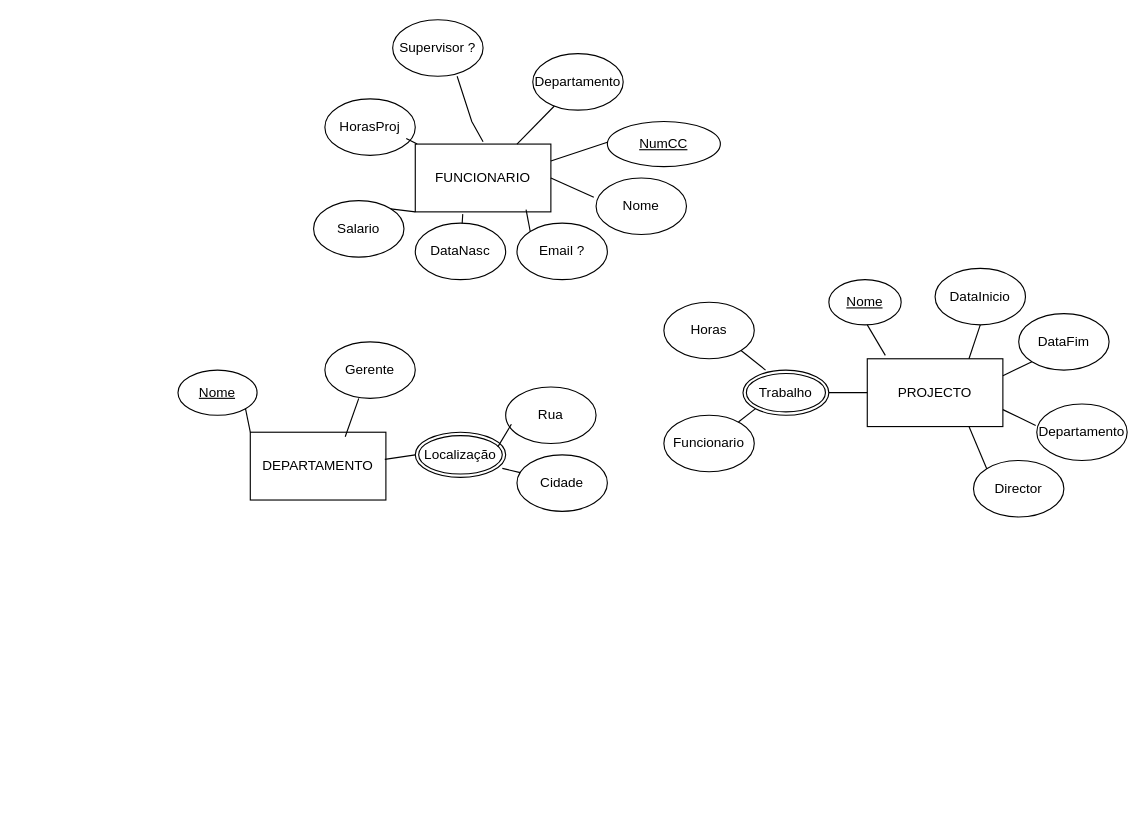
This is BD_Empresa.drawio from BOMBA022/AnaliseSistemas, a draw.io file, before an edit. Source tidied: cells renumbered, new cells numbered last; positions are measured from the earlier drawing's top-left corner, leaving out a move shared by most shapes. Both pictures are drawn from the tidied source at 113%, with x=0, y=0 at pixel (177, 19).
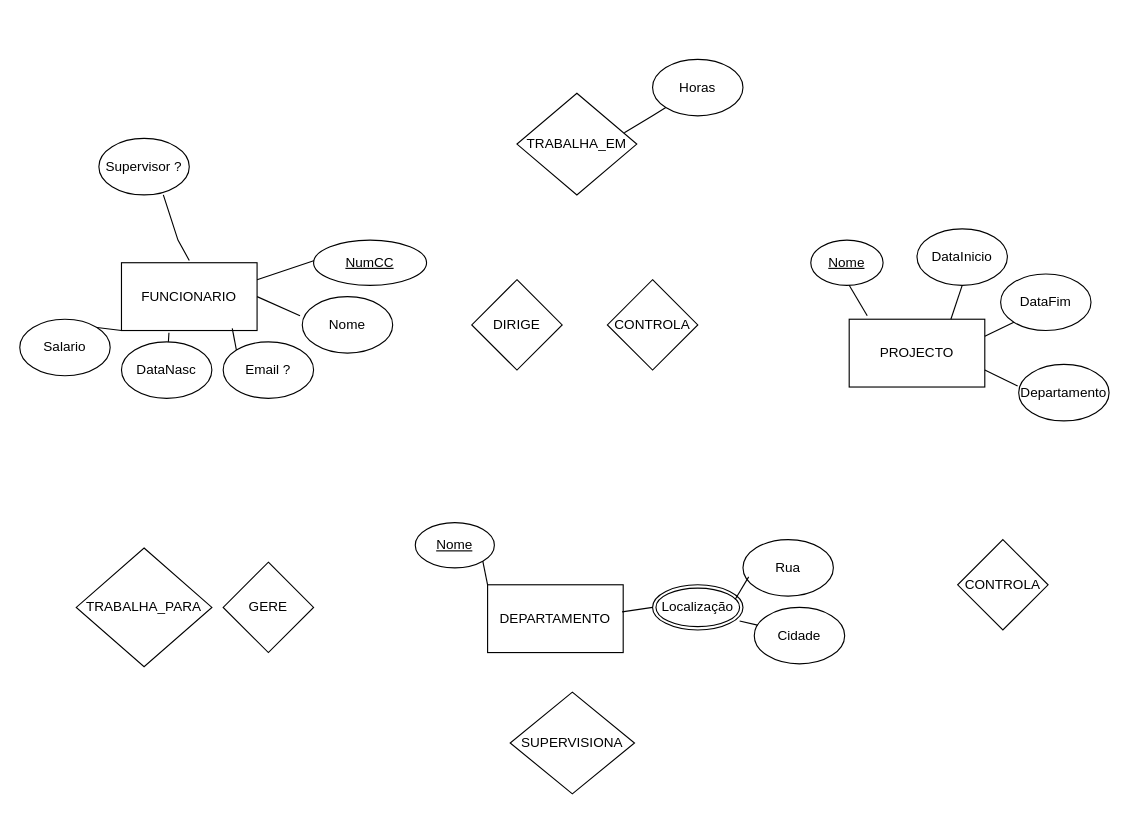
The same page after the edit.

What changed in the source:
```diff
@@
     <mxCell id="2" value="FUNCIONARIO" style="rounded=0;whiteSpace=wrap;html=1;" parent="1" vertex="1">
-      <mxGeometry x="210" y="110" width="120" height="60" as="geometry" />
+      <mxGeometry x="-50" y="215" width="120" height="60" as="geometry" />
     </mxCell>
     <mxCell id="3" value="DEPARTAMENTO" style="rounded=0;whiteSpace=wrap;html=1;" parent="1" vertex="1">
-      <mxGeometry x="64" y="365" width="120" height="60" as="geometry" />
+      <mxGeometry x="274" y="500" width="120" height="60" as="geometry" />
     </mxCell>
     <mxCell id="4" value="PROJECTO" style="rounded=0;whiteSpace=wrap;html=1;" parent="1" vertex="1">
-      <mxGeometry x="610" y="300" width="120" height="60" as="geometry" />
+      <mxGeometry x="594" y="265" width="120" height="60" as="geometry" />
     </mxCell>
     <mxCell id="5" value="Nome" style="ellipse;whiteSpace=wrap;html=1;" parent="1" vertex="1">
-      <mxGeometry x="370" y="140" width="80" height="50" as="geometry" />
+      <mxGeometry x="110" y="245" width="80" height="50" as="geometry" />
     </mxCell>
     <mxCell id="6" value="Email ?" style="ellipse;whiteSpace=wrap;html=1;" parent="1" vertex="1">
-      <mxGeometry x="300" y="180" width="80" height="50" as="geometry" />
+      <mxGeometry x="40" y="285" width="80" height="50" as="geometry" />
     </mxCell>
     <mxCell id="7" value="DataNasc" style="ellipse;whiteSpace=wrap;html=1;" parent="1" vertex="1">
-      <mxGeometry x="210" y="180" width="80" height="50" as="geometry" />
+      <mxGeometry x="-50" y="285" width="80" height="50" as="geometry" />
     </mxCell>
     <mxCell id="8" value="Salario" style="ellipse;whiteSpace=wrap;html=1;" parent="1" vertex="1">
-      <mxGeometry x="120" y="160" width="80" height="50" as="geometry" />
+      <mxGeometry x="-140" y="265" width="80" height="50" as="geometry" />
     </mxCell>
-    <mxCell id="9" value="HorasProj" style="ellipse;whiteSpace=wrap;html=1;" parent="1" vertex="1">
-      <mxGeometry x="130" y="70" width="80" height="50" as="geometry" />
-    </mxCell>
-    <mxCell id="10" value="Departamento" style="ellipse;whiteSpace=wrap;html=1;" parent="1" vertex="1">
-      <mxGeometry x="314" y="30" width="80" height="50" as="geometry" />
-    </mxCell>
     <mxCell id="11" value="Supervisor ?" style="ellipse;whiteSpace=wrap;html=1;" parent="1" vertex="1">
-      <mxGeometry x="190" width="80" height="50" as="geometry" />
+      <mxGeometry x="-70" y="105" width="80" height="50" as="geometry" />
     </mxCell>
     <mxCell id="12" style="endArrow=none;html=1;rounded=0;entryX=0.713;entryY=1;entryDx=0;entryDy=0;entryPerimeter=0;" parent="1" edge="1" target="11">
       <mxGeometry relative="1" as="geometry">
-        <mxPoint x="270" y="108" as="sourcePoint" />
+        <mxPoint x="10" y="213" as="sourcePoint" />
         <Array as="points">
-          <mxPoint x="260" y="90" />
+          <mxPoint y="195" />
         </Array>
       </mxGeometry>
     </mxCell>
-    <mxCell id="13" style="endArrow=none;html=1;rounded=0;entryX=0.75;entryY=0;entryDx=0;entryDy=0;" parent="1" edge="1" source="10" target="2">
-      <mxGeometry relative="1" as="geometry" />
-    </mxCell>
-    <mxCell id="14" style="endArrow=none;html=1;rounded=0;entryX=0.9;entryY=0.7;entryDx=0;entryDy=0;entryPerimeter=0;" parent="1" edge="1" source="2" target="9">
-      <mxGeometry relative="1" as="geometry" />
-    </mxCell>
@@
     <mxCell id="19" style="endArrow=none;html=1;rounded=0;entryX=1;entryY=0.25;entryDx=0;entryDy=0;exitX=0;exitY=0.5;exitDx=0;exitDy=0;" parent="1" edge="1" target="2">
       <mxGeometry relative="1" as="geometry">
-        <mxPoint x="390" y="105" as="sourcePoint" />
+        <mxPoint x="130" y="210" as="sourcePoint" />
       </mxGeometry>
     </mxCell>
     <mxCell id="20" value="Rua" style="ellipse;whiteSpace=wrap;html=1;" parent="1" vertex="1">
-      <mxGeometry x="290" y="325" width="80" height="50" as="geometry" />
+      <mxGeometry x="500" y="460" width="80" height="50" as="geometry" />
     </mxCell>
     <mxCell id="21" value="DataInicio" style="ellipse;whiteSpace=wrap;html=1;" parent="1" vertex="1">
-      <mxGeometry x="670" y="220" width="80" height="50" as="geometry" />
+      <mxGeometry x="654" y="185" width="80" height="50" as="geometry" />
     </mxCell>
     <mxCell id="22" value="Nome" style="ellipse;whiteSpace=wrap;html=1;align=center;fontStyle=4;" parent="1" vertex="1">
-      <mxGeometry y="310" width="70" height="40" as="geometry" />
+      <mxGeometry x="210" y="445" width="70" height="40" as="geometry" />
     </mxCell>
     <mxCell id="23" value="NumCC" style="ellipse;whiteSpace=wrap;html=1;align=center;fontStyle=4;" parent="1" vertex="1">
-      <mxGeometry x="380" y="90" width="100" height="40" as="geometry" />
+      <mxGeometry x="120" y="195" width="100" height="40" as="geometry" />
     </mxCell>
     <mxCell id="24" value="Localização" style="ellipse;shape=doubleEllipse;margin=3;whiteSpace=wrap;html=1;align=center;" parent="1" vertex="1">
-      <mxGeometry x="210" y="365" width="80" height="40" as="geometry" />
+      <mxGeometry x="420" y="500" width="80" height="40" as="geometry" />
     </mxCell>
     <mxCell id="25" value="Cidade" style="ellipse;whiteSpace=wrap;html=1;" parent="1" vertex="1">
-      <mxGeometry x="300" y="385" width="80" height="50" as="geometry" />
+      <mxGeometry x="510" y="520" width="80" height="50" as="geometry" />
     </mxCell>
-    <mxCell id="26" value="Gerente" style="ellipse;whiteSpace=wrap;html=1;" parent="1" vertex="1">
-      <mxGeometry x="130" y="285" width="80" height="50" as="geometry" />
-    </mxCell>
@@
-    <mxCell id="28" style="endArrow=none;html=1;rounded=0;exitX=0.7;exitY=0.067;exitDx=0;exitDy=0;exitPerimeter=0;" parent="1" edge="1" source="3">
-      <mxGeometry relative="1" as="geometry">
-        <mxPoint x="160" y="335" as="targetPoint" />
-      </mxGeometry>
-    </mxCell>
@@
     <mxCell id="32" value="Nome" style="ellipse;whiteSpace=wrap;html=1;align=center;fontStyle=4;" parent="1" vertex="1">
-      <mxGeometry x="576" y="230" width="64" height="40" as="geometry" />
+      <mxGeometry x="560" y="195" width="64" height="40" as="geometry" />
     </mxCell>
     <mxCell id="33" value="DataFim" style="ellipse;whiteSpace=wrap;html=1;" parent="1" vertex="1">
-      <mxGeometry x="744" y="260" width="80" height="50" as="geometry" />
+      <mxGeometry x="728" y="225" width="80" height="50" as="geometry" />
     </mxCell>
     <mxCell id="34" value="Departamento" style="ellipse;whiteSpace=wrap;html=1;" parent="1" vertex="1">
-      <mxGeometry x="760" y="340" width="80" height="50" as="geometry" />
+      <mxGeometry x="744" y="305" width="80" height="50" as="geometry" />
     </mxCell>
-    <mxCell id="35" value="Director" style="ellipse;whiteSpace=wrap;html=1;" parent="1" vertex="1">
-      <mxGeometry x="704" y="390" width="80" height="50" as="geometry" />
-    </mxCell>
-    <mxCell id="36" value="Trabalho" style="ellipse;shape=doubleEllipse;margin=3;whiteSpace=wrap;html=1;align=center;" parent="1" vertex="1">
-      <mxGeometry x="500" y="310" width="76" height="40" as="geometry" />
-    </mxCell>
-    <mxCell id="37" value="Horas" style="ellipse;whiteSpace=wrap;html=1;" parent="1" vertex="1">
-      <mxGeometry x="430" y="250" width="80" height="50" as="geometry" />
-    </mxCell>
-    <mxCell id="38" value="Funcionario" style="ellipse;whiteSpace=wrap;html=1;" parent="1" vertex="1">
-      <mxGeometry x="430" y="350" width="80" height="50" as="geometry" />
-    </mxCell>
-    <mxCell id="39" style="endArrow=none;html=1;rounded=0;entryX=1;entryY=1;entryDx=0;entryDy=0;exitX=0.263;exitY=0;exitDx=0;exitDy=0;exitPerimeter=0;" parent="1" edge="1" source="36" target="37">
-      <mxGeometry relative="1" as="geometry" />
-    </mxCell>
-    <mxCell id="40" style="endArrow=none;html=1;rounded=0;entryX=0;entryY=1;entryDx=0;entryDy=0;" parent="1" edge="1" source="38" target="36">
-      <mxGeometry relative="1" as="geometry" />
-    </mxCell>
-    <mxCell id="41" style="endArrow=none;html=1;rounded=0;entryX=0;entryY=0.5;entryDx=0;entryDy=0;exitX=1;exitY=0.5;exitDx=0;exitDy=0;" parent="1" edge="1" source="36" target="4">
-      <mxGeometry relative="1" as="geometry" />
-    </mxCell>
     <mxCell id="42" style="endArrow=none;html=1;rounded=0;entryX=0.133;entryY=-0.05;entryDx=0;entryDy=0;entryPerimeter=0;" parent="1" edge="1" target="4">
       <mxGeometry relative="1" as="geometry">
-        <mxPoint x="610" y="270" as="sourcePoint" />
+        <mxPoint x="594" y="235" as="sourcePoint" />
       </mxGeometry>
     </mxCell>
@@
-    <mxCell id="45" style="endArrow=none;html=1;rounded=0;entryX=0.75;entryY=1;entryDx=0;entryDy=0;exitX=0;exitY=0;exitDx=0;exitDy=0;" parent="1" edge="1" source="35" target="4">
-      <mxGeometry relative="1" as="geometry" />
-    </mxCell>
@@
+    <mxCell id="47" value="DIRIGE" style="rhombus;whiteSpace=wrap;html=1;" parent="1" vertex="1">
+      <mxGeometry x="260" y="230" width="80" height="80" as="geometry" />
+    </mxCell>
+    <mxCell id="48" value="TRABALHA_PARA" style="rhombus;whiteSpace=wrap;html=1;" parent="1" vertex="1">
+      <mxGeometry x="-90" y="467.5" width="120" height="105" as="geometry" />
+    </mxCell>
+    <mxCell id="49" value="CONTROLA" style="rhombus;whiteSpace=wrap;html=1;" parent="1" vertex="1">
+      <mxGeometry x="690" y="460" width="80" height="80" as="geometry" />
+    </mxCell>
+    <mxCell id="50" value="CONTROLA" style="rhombus;whiteSpace=wrap;html=1;" parent="1" vertex="1">
+      <mxGeometry x="380" y="230" width="80" height="80" as="geometry" />
+    </mxCell>
+    <mxCell id="51" value="GERE" style="rhombus;whiteSpace=wrap;html=1;" parent="1" vertex="1">
+      <mxGeometry x="40" y="480" width="80" height="80" as="geometry" />
+    </mxCell>
+    <mxCell id="52" value="SUPERVISIONA" style="rhombus;whiteSpace=wrap;html=1;" parent="1" vertex="1">
+      <mxGeometry x="294" y="595" width="110" height="90" as="geometry" />
+    </mxCell>
+    <mxCell id="53" value="TRABALHA_EM" style="rhombus;whiteSpace=wrap;html=1;" parent="1" vertex="1">
+      <mxGeometry x="300" y="65" width="106" height="90" as="geometry" />
+    </mxCell>
+    <mxCell id="37" value="Horas" style="ellipse;whiteSpace=wrap;html=1;" parent="1" vertex="1">
+      <mxGeometry x="420" y="35" width="80" height="50" as="geometry" />
+    </mxCell>
+    <mxCell id="54" style="endArrow=none;html=1;rounded=0;entryX=0.896;entryY=0.389;entryDx=0;entryDy=0;entryPerimeter=0;exitX=0;exitY=1;exitDx=0;exitDy=0;" parent="1" edge="1" source="37" target="53">
+      <mxGeometry relative="1" as="geometry">
+        <Array as="points">
+          <mxPoint x="420" y="85" />
+        </Array>
+      </mxGeometry>
+    </mxCell>
```
